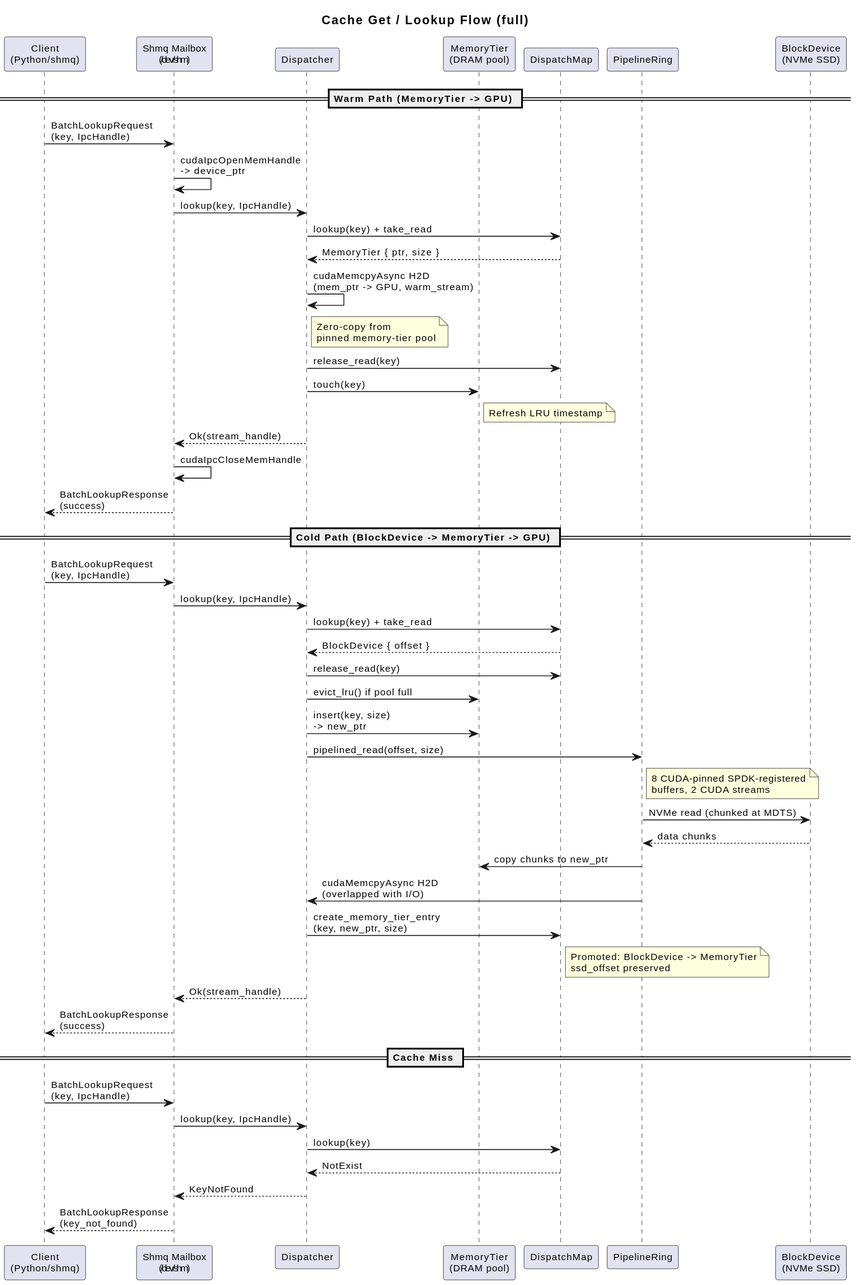
Before: design/profiles/full/design-spec-hit-flow.svg, a diagram exported from PlantUML (AI-native-Systems-Research/ai-native-storage-certus). The source it was exported from:
```plantuml
@startuml
skinparam shadowing false
skinparam defaultFontSize 11

title Cache Get / Lookup Flow (full)

participant "Client\n(Python/gRPC)" as client
participant "gRPC Service\n(tonic)" as grpc
participant "Dispatcher" as disp
participant "MemoryTier\n(DRAM pool)" as mt
participant "DispatchMap" as dm
participant "PipelineRing" as pr
participant "BlockDevice\n(NVMe SSD)" as ssd

== Warm Path (MemoryTier -> GPU) ==

client -> grpc: BatchLookupRequest\n(key, IpcHandle)
grpc -> grpc: cudaIpcOpenMemHandle\n-> device_ptr
grpc -> disp: lookup(key, IpcHandle)

disp -> dm: lookup(key) + take_read
dm --> disp: MemoryTier { ptr, size }

disp -> disp: cudaMemcpyAsync H2D\n(mem_ptr -> GPU, warm_stream)
note right of disp: Zero-copy from\npinned memory-tier pool

disp -> dm: release_read(key)
disp -> mt: touch(key)
note right of mt: Refresh LRU timestamp

disp --> grpc: Ok(stream_handle)
grpc -> grpc: cudaIpcCloseMemHandle
grpc --> client: BatchLookupResponse\n(success)

== Cold Path (BlockDevice -> MemoryTier -> GPU) ==

client -> grpc: BatchLookupRequest\n(key, IpcHandle)
grpc -> disp: lookup(key, IpcHandle)

disp -> dm: lookup(key) + take_read
dm --> disp: BlockDevice { offset }
disp -> dm: release_read(key)

disp -> mt: evict_lru() if pool full
disp -> mt: insert(key, size)\n-> new_ptr

disp -> pr: pipelined_read(offset, size)
note right of pr: 8 CUDA-pinned SPDK-registered\nbuffers, 2 CUDA streams
pr -> ssd: NVMe read (chunked at MDTS)
ssd --> pr: data chunks
pr -> mt: copy chunks to new_ptr
pr -> disp: cudaMemcpyAsync H2D\n(overlapped with I/O)

disp -> dm: create_memory_tier_entry\n(key, new_ptr, size)
note right of dm: Promoted: BlockDevice -> MemoryTier\nssd_offset preserved

disp --> grpc: Ok(stream_handle)
grpc --> client: BatchLookupResponse\n(success)

== Cache Miss ==

client -> grpc: BatchLookupRequest\n(key, IpcHandle)
grpc -> disp: lookup(key, IpcHandle)

disp -> dm: lookup(key)
dm --> disp: NotExist

disp --> grpc: KeyNotFound
grpc --> client: BatchLookupResponse\n(key_not_found)
@enduml
```
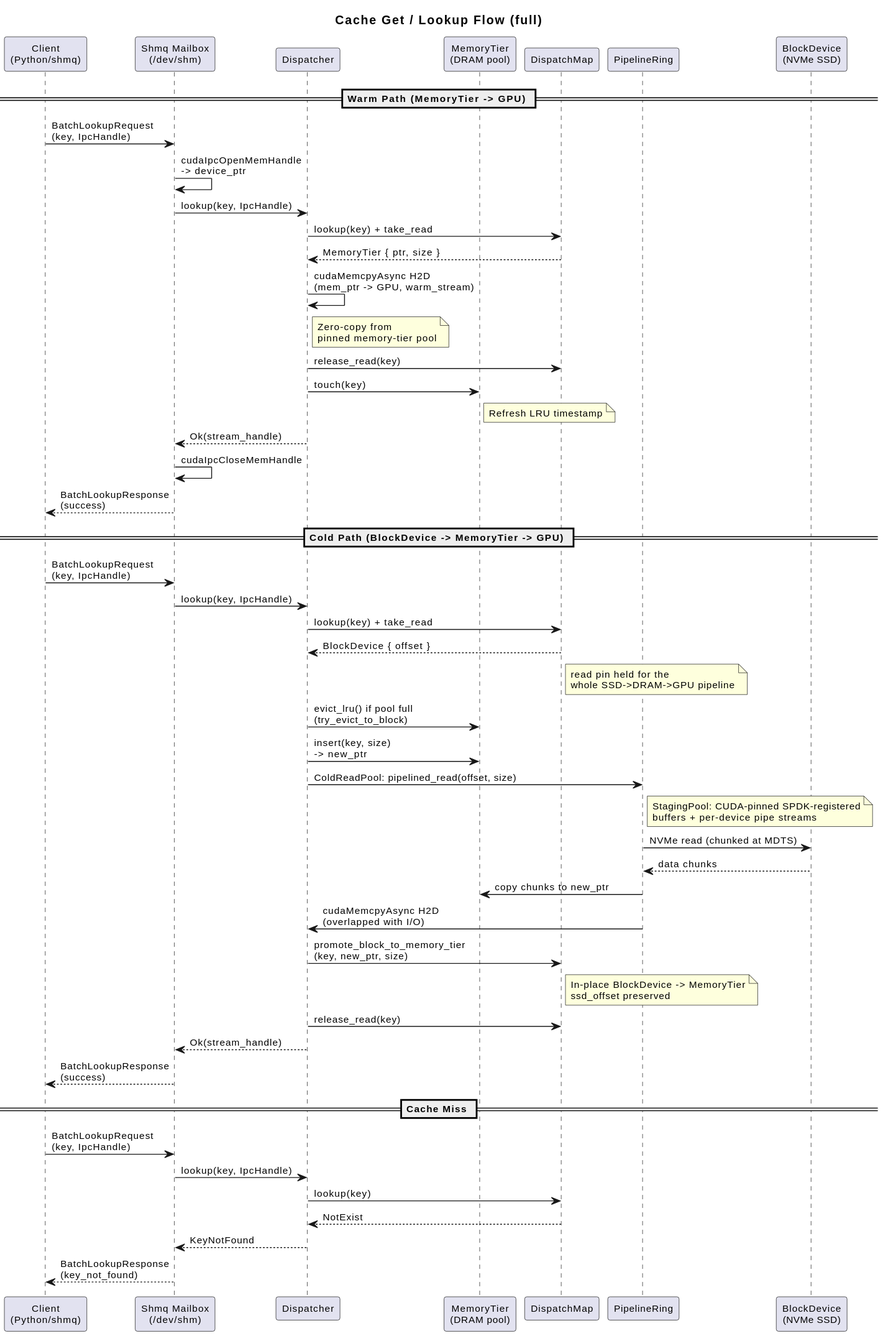
Above is the later version.

The edit, as a diff of the source:
```diff
@@ -4,8 +4,8 @@
 
 title Cache Get / Lookup Flow (full)
 
-participant "Client\n(Python/gRPC)" as client
-participant "gRPC Service\n(tonic)" as grpc
+participant "Client\n(Python/shmq)" as client
+participant "Shmq Mailbox\n(/dev/shm)" as shmq
 participant "Dispatcher" as disp
 participant "MemoryTier\n(DRAM pool)" as mt
 participant "DispatchMap" as dm
@@ -14,9 +14,9 @@
 
 == Warm Path (MemoryTier -> GPU) ==
 
-client -> grpc: BatchLookupRequest\n(key, IpcHandle)
-grpc -> grpc: cudaIpcOpenMemHandle\n-> device_ptr
-grpc -> disp: lookup(key, IpcHandle)
+client -> shmq: BatchLookupRequest\n(key, IpcHandle)
+shmq -> shmq: cudaIpcOpenMemHandle\n-> device_ptr
+shmq -> disp: lookup(key, IpcHandle)
 
 disp -> dm: lookup(key) + take_read
 dm --> disp: MemoryTier { ptr, size }
@@ -28,43 +28,45 @@
 disp -> mt: touch(key)
 note right of mt: Refresh LRU timestamp
 
-disp --> grpc: Ok(stream_handle)
-grpc -> grpc: cudaIpcCloseMemHandle
-grpc --> client: BatchLookupResponse\n(success)
+disp --> shmq: Ok(stream_handle)
+shmq -> shmq: cudaIpcCloseMemHandle
+shmq --> client: BatchLookupResponse\n(success)
 
 == Cold Path (BlockDevice -> MemoryTier -> GPU) ==
 
-client -> grpc: BatchLookupRequest\n(key, IpcHandle)
-grpc -> disp: lookup(key, IpcHandle)
+client -> shmq: BatchLookupRequest\n(key, IpcHandle)
+shmq -> disp: lookup(key, IpcHandle)
 
 disp -> dm: lookup(key) + take_read
 dm --> disp: BlockDevice { offset }
-disp -> dm: release_read(key)
+note right of dm: read pin held for the\nwhole SSD->DRAM->GPU pipeline
 
-disp -> mt: evict_lru() if pool full
+disp -> mt: evict_lru() if pool full\n(try_evict_to_block)
 disp -> mt: insert(key, size)\n-> new_ptr
 
-disp -> pr: pipelined_read(offset, size)
-note right of pr: 8 CUDA-pinned SPDK-registered\nbuffers, 2 CUDA streams
+disp -> pr: ColdReadPool: pipelined_read(offset, size)
+note right of pr: StagingPool: CUDA-pinned SPDK-registered\nbuffers + per-device pipe streams
 pr -> ssd: NVMe read (chunked at MDTS)
 ssd --> pr: data chunks
 pr -> mt: copy chunks to new_ptr
 pr -> disp: cudaMemcpyAsync H2D\n(overlapped with I/O)
 
-disp -> dm: create_memory_tier_entry\n(key, new_ptr, size)
-note right of dm: Promoted: BlockDevice -> MemoryTier\nssd_offset preserved
+disp -> dm: promote_block_to_memory_tier\n(key, new_ptr, size)
+note right of dm: In-place BlockDevice -> MemoryTier\nssd_offset preserved
 
-disp --> grpc: Ok(stream_handle)
-grpc --> client: BatchLookupResponse\n(success)
+disp -> dm: release_read(key)
+
+disp --> shmq: Ok(stream_handle)
+shmq --> client: BatchLookupResponse\n(success)
 
 == Cache Miss ==
 
-client -> grpc: BatchLookupRequest\n(key, IpcHandle)
-grpc -> disp: lookup(key, IpcHandle)
+client -> shmq: BatchLookupRequest\n(key, IpcHandle)
+shmq -> disp: lookup(key, IpcHandle)
 
 disp -> dm: lookup(key)
 dm --> disp: NotExist
 
-disp --> grpc: KeyNotFound
-grpc --> client: BatchLookupResponse\n(key_not_found)
+disp --> shmq: KeyNotFound
+shmq --> client: BatchLookupResponse\n(key_not_found)
 @enduml
```
